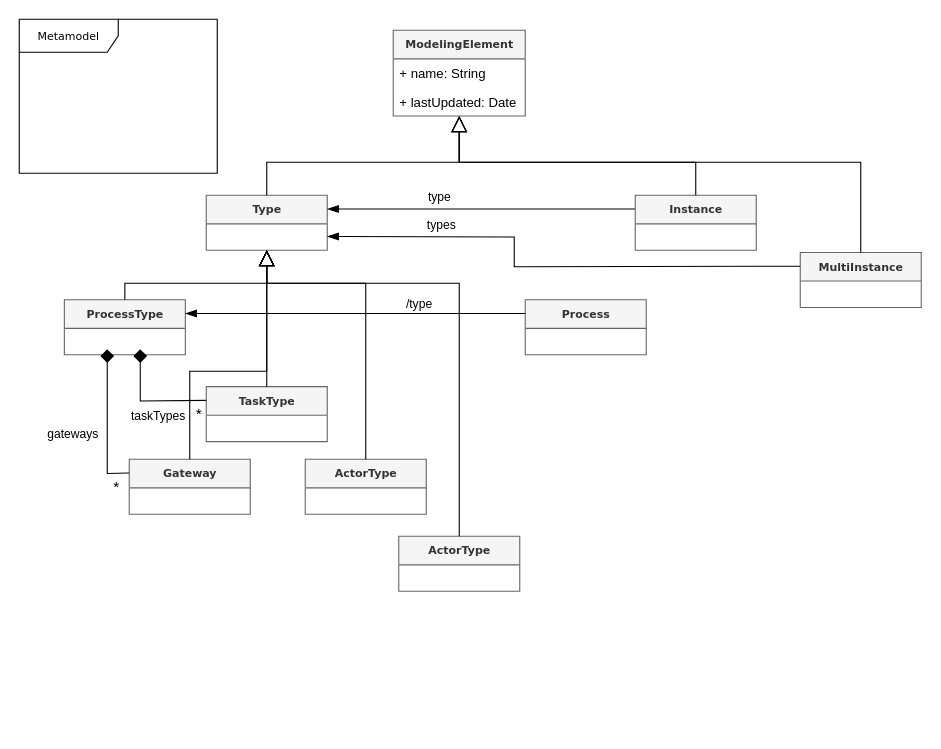
Above: Figures/Metamodel.drawio in labsticc-p4s/multi-process-challenge (draw.io), before the change. Source tidied: cells renumbered, new cells numbered last; positions are measured from the earlier drawing's top-left corner, leaving out a move shared by most shapes. Both pictures are drawn from the tidied source at 110%, with x=0, y=0 at pixel (19, 19).
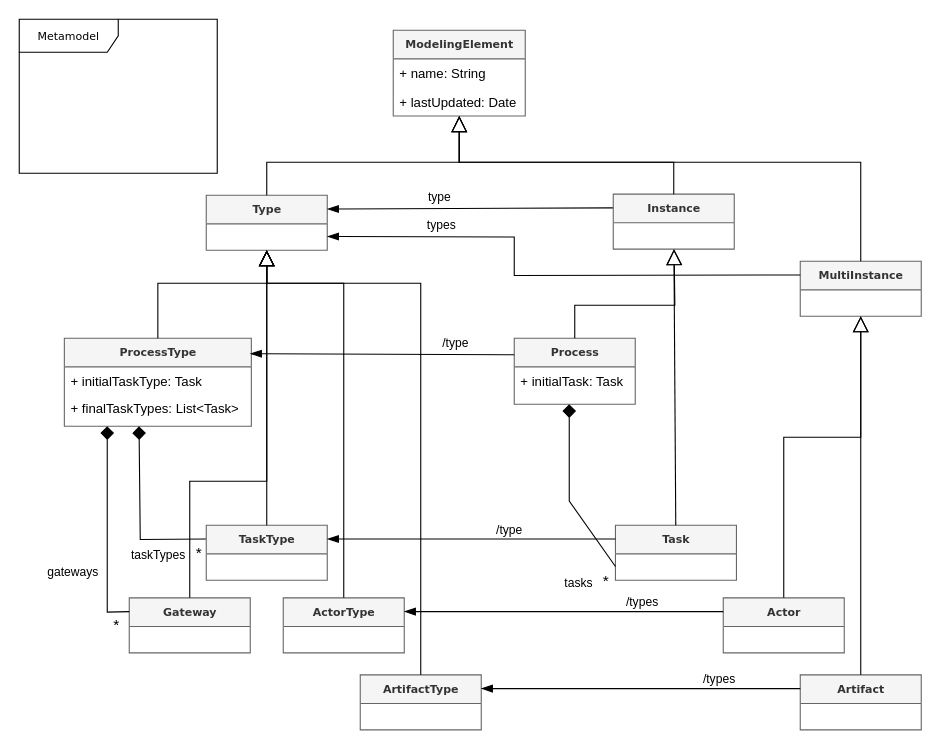
After the change.

The change refers to these unchanged cells:
```xml
<mxCell id="3" value="&lt;b&gt;ModelingElement&lt;/b&gt;" style="swimlane;html=1;fontStyle=0;horizontal=1;startSize=26;fillColor=#f5f5f5;swimlaneFillColor=#ffffff;rounded=0;shadow=0;comic=0;labelBackgroundColor=none;strokeWidth=1;fontFamily=Verdana;fontSize=10;align=center;strokeColor=#666666;fontColor=#333333;" parent="1" vertex="1">
  <mxGeometry x="340" y="10" width="120" height="78" as="geometry" />
</mxCell>
<mxCell id="6" value="&lt;b&gt;Type&lt;/b&gt;" style="swimlane;html=1;fontStyle=0;horizontal=1;startSize=26;fillColor=#f5f5f5;swimlaneFillColor=#ffffff;rounded=0;shadow=0;comic=0;labelBackgroundColor=none;strokeWidth=1;fontFamily=Verdana;fontSize=10;align=center;strokeColor=#666666;fontColor=#333333;" parent="1" vertex="1">
  <mxGeometry x="170" y="160" width="110" height="50" as="geometry" />
</mxCell>
```

The edit, as a diff of the source:
```diff
@@
     <mxCell id="8" value="&lt;b&gt;Instance&lt;/b&gt;" style="swimlane;html=1;fontStyle=0;horizontal=1;startSize=26;fillColor=#f5f5f5;swimlaneFillColor=#ffffff;rounded=0;shadow=0;comic=0;labelBackgroundColor=none;strokeWidth=1;fontFamily=Verdana;fontSize=10;align=center;strokeColor=#666666;fontColor=#333333;" parent="1" vertex="1">
-      <mxGeometry x="560" y="160" width="110" height="50" as="geometry" />
+      <mxGeometry x="540" y="159" width="110" height="50" as="geometry" />
     </mxCell>
     <mxCell id="9" value="&lt;div&gt;&lt;b&gt;MultiInstance&lt;/b&gt;&lt;/div&gt;" style="swimlane;html=1;fontStyle=0;horizontal=1;startSize=26;fillColor=#f5f5f5;swimlaneFillColor=#ffffff;rounded=0;shadow=0;comic=0;labelBackgroundColor=none;strokeWidth=1;fontFamily=Verdana;fontSize=10;align=center;strokeColor=#666666;fontColor=#333333;" parent="1" vertex="1">
-      <mxGeometry x="710" y="212" width="110" height="50" as="geometry" />
+      <mxGeometry x="710" y="220" width="110" height="50" as="geometry" />
     </mxCell>
@@
     <mxCell id="11" style="endArrow=block;endSize=12;endFill=0;html=1;exitX=0.5;exitY=0;exitDx=0;exitDy=0;rounded=0;" parent="1" edge="1" source="8" target="3">
       <mxGeometry relative="1" as="geometry">
         <Array as="points">
-          <mxPoint x="615" y="130" />
+          <mxPoint x="595" y="130" />
           <mxPoint x="400" y="130" />
         </Array>
       </mxGeometry>
     </mxCell>
@@
     <mxCell id="14" style="edgeStyle=none;rounded=0;jettySize=auto;html=1;exitX=0;exitY=0.25;exitDx=0;exitDy=0;endArrow=blockThin;endFill=1;endSize=8;entryX=1;entryY=0.75;entryDx=0;entryDy=0;" parent="1" edge="1" source="9" target="6">
       <mxGeometry relative="1" as="geometry">
         <Array as="points">
-          <mxPoint x="450" y="225" />
+          <mxPoint x="450" y="233" />
           <mxPoint x="450" y="198" />
         </Array>
       </mxGeometry>
     </mxCell>
@@
     <mxCell id="16" value="&lt;b&gt;ProcessType&lt;/b&gt;" style="swimlane;html=1;fontStyle=0;horizontal=1;startSize=26;fillColor=#f5f5f5;swimlaneFillColor=#ffffff;rounded=0;shadow=0;comic=0;labelBackgroundColor=none;strokeWidth=1;fontFamily=Verdana;fontSize=10;align=center;strokeColor=#666666;fontColor=#333333;" parent="1" vertex="1">
-      <mxGeometry x="41" y="255" width="110" height="50" as="geometry" />
+      <mxGeometry x="41" y="290" width="170" height="80" as="geometry" />
     </mxCell>
+    <mxCell id="35" value="+ initialTaskType: Task" style="text;html=1;strokeColor=none;fillColor=none;align=left;verticalAlign=top;spacingLeft=4;spacingRight=4;whiteSpace=wrap;overflow=hidden;" parent="16" vertex="1">
+      <mxGeometry y="26" width="170" height="24" as="geometry" />
+    </mxCell>
+    <mxCell id="36" value="&lt;div&gt;+ finalTaskTypes: List&amp;lt;Task&amp;gt;&lt;/div&gt;" style="text;html=1;strokeColor=none;fillColor=none;align=left;verticalAlign=top;spacingLeft=4;spacingRight=4;whiteSpace=wrap;overflow=hidden;" parent="16" vertex="1">
+      <mxGeometry y="50" width="170" height="30" as="geometry" />
+    </mxCell>
+    <mxCell id="23" style="edgeStyle=none;rounded=0;jettySize=auto;html=1;endArrow=none;endFill=0;endSize=10;startArrow=diamond;startFill=1;startSize=10;entryX=0;entryY=0.25;entryDx=0;entryDy=0;exitX=0.402;exitY=0.981;exitDx=0;exitDy=0;exitPerimeter=0;" parent="16" edge="1" target="18">
+      <mxGeometry relative="1" as="geometry">
+        <mxPoint x="67.9" y="80" as="sourcePoint" />
+        <Array as="points">
+          <mxPoint x="69" y="183" />
+        </Array>
+      </mxGeometry>
+    </mxCell>
-    <mxCell id="17" style="endArrow=block;endSize=12;endFill=0;html=1;rounded=0;" parent="1" edge="1" source="16" target="6">
+    <mxCell id="17" style="endArrow=block;endSize=12;endFill=0;html=1;rounded=0;exitX=0.5;exitY=0;exitDx=0;exitDy=0;" parent="1" edge="1" source="16" target="6">
       <mxGeometry relative="1" as="geometry">
         <Array as="points">
-          <mxPoint x="96" y="240" />
+          <mxPoint x="126" y="240" />
           <mxPoint x="225" y="240" />
         </Array>
       </mxGeometry>
     </mxCell>
     <mxCell id="18" value="&lt;b&gt;TaskType&lt;/b&gt;" style="swimlane;html=1;fontStyle=0;horizontal=1;startSize=26;fillColor=#f5f5f5;swimlaneFillColor=#ffffff;rounded=0;shadow=0;comic=0;labelBackgroundColor=none;strokeWidth=1;fontFamily=Verdana;fontSize=10;align=center;strokeColor=#666666;fontColor=#333333;" parent="1" vertex="1">
-      <mxGeometry x="170" y="334" width="110" height="50" as="geometry" />
+      <mxGeometry x="170" y="460" width="110" height="50" as="geometry" />
     </mxCell>
@@
     <mxCell id="20" value="&lt;b&gt;Gateway&lt;/b&gt;" style="swimlane;html=1;fontStyle=0;horizontal=1;startSize=26;fillColor=#f5f5f5;swimlaneFillColor=#ffffff;rounded=0;shadow=0;comic=0;labelBackgroundColor=none;strokeWidth=1;fontFamily=Verdana;fontSize=10;align=center;strokeColor=#666666;fontColor=#333333;" parent="1" vertex="1">
-      <mxGeometry x="100" y="400" width="110" height="50" as="geometry" />
+      <mxGeometry x="100" y="526" width="110" height="50" as="geometry" />
     </mxCell>
     <mxCell id="21" style="endArrow=block;endSize=12;endFill=0;html=1;rounded=0;exitX=0.5;exitY=0;exitDx=0;exitDy=0;" parent="1" edge="1" source="20" target="6">
       <mxGeometry relative="1" as="geometry">
         <Array as="points">
-          <mxPoint x="155" y="320" />
-          <mxPoint x="225" y="320" />
+          <mxPoint x="155" y="420" />
+          <mxPoint x="225" y="420" />
         </Array>
       </mxGeometry>
     </mxCell>
     <mxCell id="22" style="edgeStyle=none;rounded=0;jettySize=auto;html=1;endArrow=none;endFill=0;endSize=10;startArrow=diamond;startFill=1;startSize=10;entryX=0;entryY=0.25;entryDx=0;entryDy=0;" parent="1" edge="1" target="20">
       <mxGeometry relative="1" as="geometry">
-        <mxPoint x="80" y="300" as="sourcePoint" />
+        <mxPoint x="80" y="370" as="sourcePoint" />
         <Array as="points">
-          <mxPoint x="80" y="413" />
+          <mxPoint x="80" y="539" />
         </Array>
       </mxGeometry>
     </mxCell>
-    <mxCell id="23" style="edgeStyle=none;rounded=0;jettySize=auto;html=1;endArrow=none;endFill=0;endSize=10;startArrow=diamond;startFill=1;startSize=10;entryX=0;entryY=0.25;entryDx=0;entryDy=0;" parent="1" edge="1" target="18">
-      <mxGeometry relative="1" as="geometry">
-        <mxPoint x="110" y="300" as="sourcePoint" />
-        <Array as="points">
-          <mxPoint x="110" y="347" />
-        </Array>
-      </mxGeometry>
-    </mxCell>
     <mxCell id="24" value="&lt;b&gt;ActorType&lt;/b&gt;" style="swimlane;html=1;fontStyle=0;horizontal=1;startSize=26;fillColor=#f5f5f5;swimlaneFillColor=#ffffff;rounded=0;shadow=0;comic=0;labelBackgroundColor=none;strokeWidth=1;fontFamily=Verdana;fontSize=10;align=center;strokeColor=#666666;fontColor=#333333;" parent="1" vertex="1">
-      <mxGeometry x="260" y="400" width="110" height="50" as="geometry" />
+      <mxGeometry x="240" y="526" width="110" height="50" as="geometry" />
     </mxCell>
-    <mxCell id="25" value="&lt;b&gt;ActorType&lt;/b&gt;" style="swimlane;html=1;fontStyle=0;horizontal=1;startSize=26;fillColor=#f5f5f5;swimlaneFillColor=#ffffff;rounded=0;shadow=0;comic=0;labelBackgroundColor=none;strokeWidth=1;fontFamily=Verdana;fontSize=10;align=center;strokeColor=#666666;fontColor=#333333;" parent="1" vertex="1">
-      <mxGeometry x="345" y="470" width="110" height="50" as="geometry" />
+    <mxCell id="25" value="&lt;div&gt;&lt;b&gt;ArtifactType&lt;/b&gt;&lt;/div&gt;" style="swimlane;html=1;fontStyle=0;horizontal=1;startSize=26;fillColor=#f5f5f5;swimlaneFillColor=#ffffff;rounded=0;shadow=0;comic=0;labelBackgroundColor=none;strokeWidth=1;fontFamily=Verdana;fontSize=10;align=center;strokeColor=#666666;fontColor=#333333;" parent="1" vertex="1">
+      <mxGeometry x="310" y="596" width="110" height="50" as="geometry" />
     </mxCell>
     <mxCell id="26" style="endArrow=block;endSize=12;endFill=0;html=1;rounded=0;exitX=0.5;exitY=0;exitDx=0;exitDy=0;" parent="1" edge="1" source="24" target="6">
       <mxGeometry relative="1" as="geometry">
         <Array as="points">
-          <mxPoint x="315" y="240" />
+          <mxPoint x="295" y="240" />
           <mxPoint x="225" y="240" />
         </Array>
       </mxGeometry>
     </mxCell>
     <mxCell id="27" style="endArrow=block;endSize=12;endFill=0;html=1;rounded=0;exitX=0.5;exitY=0;exitDx=0;exitDy=0;" parent="1" edge="1" source="25" target="6">
       <mxGeometry relative="1" as="geometry">
         <Array as="points">
-          <mxPoint x="400" y="240" />
+          <mxPoint x="365" y="240" />
           <mxPoint x="225" y="240" />
         </Array>
       </mxGeometry>
     </mxCell>
     <mxCell id="28" value="gateways" style="edgeLabel;html=1;align=left;verticalAlign=bottom;" parent="1" vertex="1">
-      <mxGeometry x="20" y="400" as="geometry">
+      <mxGeometry x="20" y="526" as="geometry">
         <mxPoint x="4" y="-15" as="offset" />
       </mxGeometry>
     </mxCell>
     <mxCell id="29" value="&lt;font style=&quot;font-size: 14px&quot;&gt;*&lt;/font&gt;" style="edgeLabel;html=1;align=left;verticalAlign=bottom;" parent="1" vertex="1">
-      <mxGeometry x="80" y="450" as="geometry">
+      <mxGeometry x="80" y="576" as="geometry">
         <mxPoint x="4" y="-15" as="offset" />
       </mxGeometry>
     </mxCell>
     <mxCell id="30" value="&lt;font style=&quot;font-size: 14px&quot;&gt;*&lt;/font&gt;" style="edgeLabel;html=1;align=left;verticalAlign=bottom;" parent="1" vertex="1">
-      <mxGeometry x="155" y="384" as="geometry">
+      <mxGeometry x="155" y="510" as="geometry">
         <mxPoint x="4" y="-15" as="offset" />
       </mxGeometry>
     </mxCell>
     <mxCell id="31" value="taskTypes" style="edgeLabel;html=1;align=left;verticalAlign=bottom;" parent="1" vertex="1">
-      <mxGeometry x="96" y="384" as="geometry">
+      <mxGeometry x="96" y="510" as="geometry">
         <mxPoint x="4" y="-15" as="offset" />
       </mxGeometry>
     </mxCell>
     <mxCell id="32" value="&lt;b&gt;Process&lt;/b&gt;" style="swimlane;html=1;fontStyle=0;horizontal=1;startSize=26;fillColor=#f5f5f5;swimlaneFillColor=#ffffff;rounded=0;shadow=0;comic=0;labelBackgroundColor=none;strokeWidth=1;fontFamily=Verdana;fontSize=10;align=center;strokeColor=#666666;fontColor=#333333;" parent="1" vertex="1">
-      <mxGeometry x="460" y="255" width="110" height="50" as="geometry" />
+      <mxGeometry x="450" y="290" width="110" height="60" as="geometry" />
     </mxCell>
+    <mxCell id="37" value="+ initialTask: Task" style="text;html=1;strokeColor=none;fillColor=none;align=left;verticalAlign=top;spacingLeft=4;spacingRight=4;whiteSpace=wrap;overflow=hidden;" parent="32" vertex="1">
+      <mxGeometry y="26" width="110" height="26" as="geometry" />
+    </mxCell>
-    <mxCell id="33" style="edgeStyle=none;rounded=0;jettySize=auto;html=1;exitX=0;exitY=0.25;exitDx=0;exitDy=0;entryX=1;entryY=0.25;entryDx=0;entryDy=0;endArrow=blockThin;endFill=1;endSize=8;" parent="1" edge="1" source="32" target="16">
+    <mxCell id="33" style="edgeStyle=none;rounded=0;jettySize=auto;html=1;exitX=0;exitY=0.25;exitDx=0;exitDy=0;entryX=0.994;entryY=0.175;entryDx=0;entryDy=0;endArrow=blockThin;endFill=1;endSize=8;entryPerimeter=0;" parent="1" edge="1" source="32" target="16">
       <mxGeometry relative="1" as="geometry" />
     </mxCell>
     <mxCell id="34" value="/type" style="edgeLabel;html=1;align=left;verticalAlign=bottom;" parent="1" vertex="1">
-      <mxGeometry x="350" y="267" as="geometry" />
+      <mxGeometry x="383" y="302" as="geometry" />
     </mxCell>
+    <mxCell id="38" value="&lt;b&gt;Task&lt;/b&gt;" style="swimlane;html=1;fontStyle=0;horizontal=1;startSize=26;fillColor=#f5f5f5;swimlaneFillColor=#ffffff;rounded=0;shadow=0;comic=0;labelBackgroundColor=none;strokeWidth=1;fontFamily=Verdana;fontSize=10;align=center;strokeColor=#666666;fontColor=#333333;" parent="1" vertex="1">
+      <mxGeometry x="542" y="460" width="110" height="50" as="geometry" />
+    </mxCell>
+    <mxCell id="39" style="edgeStyle=none;rounded=0;jettySize=auto;html=1;endArrow=none;endFill=0;endSize=10;startArrow=diamond;startFill=1;startSize=10;entryX=0;entryY=0.75;entryDx=0;entryDy=0;" parent="1" edge="1" target="38">
+      <mxGeometry relative="1" as="geometry">
+        <mxPoint x="500" y="350" as="sourcePoint" />
+        <Array as="points">
+          <mxPoint x="500" y="438" />
+        </Array>
+      </mxGeometry>
+    </mxCell>
+    <mxCell id="40" value="&lt;font style=&quot;font-size: 14px&quot;&gt;*&lt;/font&gt;" style="edgeLabel;html=1;align=left;verticalAlign=bottom;" parent="1" vertex="1">
+      <mxGeometry x="525" y="536" as="geometry">
+        <mxPoint x="4" y="-15" as="offset" />
+      </mxGeometry>
+    </mxCell>
+    <mxCell id="41" value="tasks" style="edgeLabel;html=1;align=left;verticalAlign=bottom;" parent="1" vertex="1">
+      <mxGeometry x="490" y="536" as="geometry">
+        <mxPoint x="4" y="-15" as="offset" />
+      </mxGeometry>
+    </mxCell>
+    <mxCell id="42" style="edgeStyle=none;rounded=0;jettySize=auto;html=1;exitX=0;exitY=0.25;exitDx=0;exitDy=0;entryX=1;entryY=0.25;entryDx=0;entryDy=0;endArrow=blockThin;endFill=1;endSize=8;" parent="1" edge="1" source="38" target="18">
+      <mxGeometry relative="1" as="geometry" />
+    </mxCell>
+    <mxCell id="43" value="/type" style="edgeLabel;html=1;align=left;verticalAlign=bottom;" parent="1" vertex="1">
+      <mxGeometry x="432" y="472" as="geometry" />
+    </mxCell>
+    <mxCell id="44" value="&lt;b&gt;Actor&lt;/b&gt;" style="swimlane;html=1;fontStyle=0;horizontal=1;startSize=26;fillColor=#f5f5f5;swimlaneFillColor=#ffffff;rounded=0;shadow=0;comic=0;labelBackgroundColor=none;strokeWidth=1;fontFamily=Verdana;fontSize=10;align=center;strokeColor=#666666;fontColor=#333333;" parent="1" vertex="1">
+      <mxGeometry x="640" y="526" width="110" height="50" as="geometry" />
+    </mxCell>
+    <mxCell id="45" style="edgeStyle=none;rounded=0;jettySize=auto;html=1;exitX=0;exitY=0.25;exitDx=0;exitDy=0;entryX=1;entryY=0.25;entryDx=0;entryDy=0;endArrow=blockThin;endFill=1;endSize=8;" parent="1" edge="1" source="44">
+      <mxGeometry relative="1" as="geometry">
+        <mxPoint x="350" y="538.5" as="targetPoint" />
+      </mxGeometry>
+    </mxCell>
+    <mxCell id="46" value="/types" style="edgeLabel;html=1;align=left;verticalAlign=bottom;" parent="1" vertex="1">
+      <mxGeometry x="550" y="538" as="geometry" />
+    </mxCell>
+    <mxCell id="47" value="&lt;b&gt;Artifact&lt;/b&gt;" style="swimlane;html=1;fontStyle=0;horizontal=1;startSize=26;fillColor=#f5f5f5;swimlaneFillColor=#ffffff;rounded=0;shadow=0;comic=0;labelBackgroundColor=none;strokeWidth=1;fontFamily=Verdana;fontSize=10;align=center;strokeColor=#666666;fontColor=#333333;" parent="1" vertex="1">
+      <mxGeometry x="710" y="596" width="110" height="50" as="geometry" />
+    </mxCell>
+    <mxCell id="48" style="edgeStyle=none;rounded=0;jettySize=auto;html=1;exitX=0;exitY=0.25;exitDx=0;exitDy=0;entryX=1;entryY=0.25;entryDx=0;entryDy=0;endArrow=blockThin;endFill=1;endSize=8;" parent="1" edge="1" source="47">
+      <mxGeometry relative="1" as="geometry">
+        <mxPoint x="420" y="608.5" as="targetPoint" />
+      </mxGeometry>
+    </mxCell>
+    <mxCell id="49" value="/types" style="edgeLabel;html=1;align=left;verticalAlign=bottom;" parent="1" vertex="1">
+      <mxGeometry x="620" y="608" as="geometry" />
+    </mxCell>
+    <mxCell id="50" style="endArrow=block;endSize=12;endFill=0;html=1;rounded=0;exitX=0.5;exitY=0;exitDx=0;exitDy=0;" parent="1" edge="1" source="32" target="8">
+      <mxGeometry relative="1" as="geometry">
+        <Array as="points">
+          <mxPoint x="505" y="260" />
+          <mxPoint x="596" y="260" />
+        </Array>
+      </mxGeometry>
+    </mxCell>
+    <mxCell id="51" style="endArrow=block;endSize=12;endFill=0;html=1;rounded=0;" parent="1" edge="1" source="38" target="8">
+      <mxGeometry relative="1" as="geometry" />
+    </mxCell>
+    <mxCell id="52" style="endArrow=block;endSize=12;endFill=0;html=1;rounded=0;" parent="1" edge="1" source="44" target="9">
+      <mxGeometry relative="1" as="geometry">
+        <Array as="points">
+          <mxPoint x="695" y="380" />
+          <mxPoint x="765" y="380" />
+        </Array>
+      </mxGeometry>
+    </mxCell>
+    <mxCell id="53" style="endArrow=block;endSize=12;endFill=0;html=1;rounded=0;" parent="1" edge="1" source="47" target="9">
+      <mxGeometry relative="1" as="geometry" />
+    </mxCell>
```
